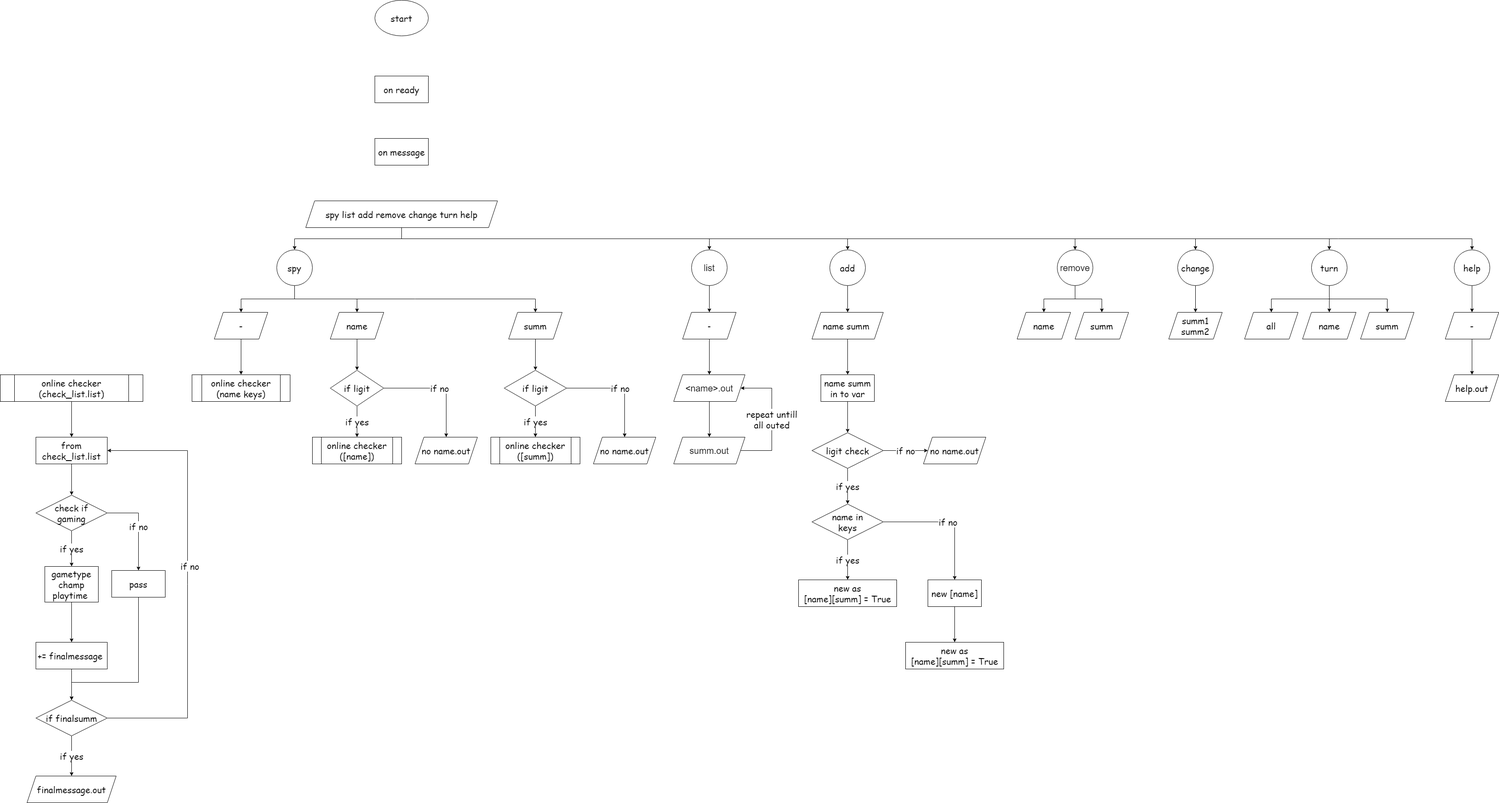
Earlier version of the draw.io export Project/Discord_Bot_LOL_online_checker/flowchart.png (KimbobHeaven/STUDY). Source tidied: cells renumbered, new cells last; positions are measured from the earlier drawing's top-left corner, leaving out a move shared by most shapes.
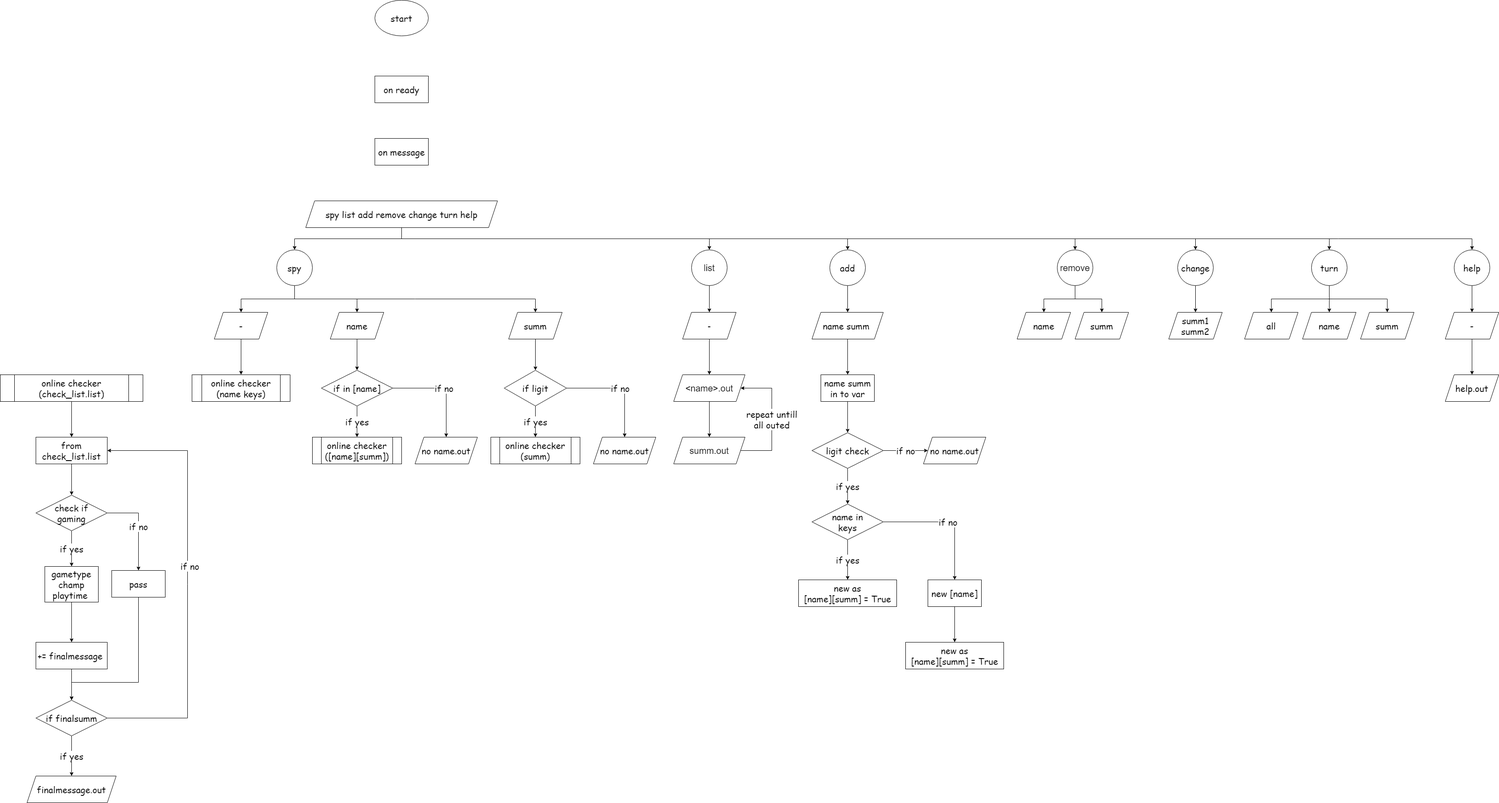
Later version of the same file.

The edit, as a diff of the source:
```diff
@@ -271,10 +271,10 @@
     <mxCell id="85" value="online checker&lt;br&gt;(name keys)" style="shape=process;whiteSpace=wrap;html=1;backgroundOutline=1;fontFamily=Comic Sans MS;fontSize=20;fontStyle=0;" parent="1" vertex="1">
       <mxGeometry x="430" y="840" width="220" height="60" as="geometry" />
     </mxCell>
-    <mxCell id="86" value="online checker&lt;br&gt;([name])" style="shape=process;whiteSpace=wrap;html=1;backgroundOutline=1;fontFamily=Comic Sans MS;fontSize=20;fontStyle=0;" parent="1" vertex="1">
+    <mxCell id="86" value="online checker&lt;br&gt;([name][summ])" style="shape=process;whiteSpace=wrap;html=1;backgroundOutline=1;fontFamily=Comic Sans MS;fontSize=20;fontStyle=0;" parent="1" vertex="1">
       <mxGeometry x="700" y="980" width="200" height="60" as="geometry" />
     </mxCell>
-    <mxCell id="87" value="online checker&lt;br&gt;([summ])" style="shape=process;whiteSpace=wrap;html=1;backgroundOutline=1;fontFamily=Comic Sans MS;fontSize=20;fontStyle=0;" parent="1" vertex="1">
+    <mxCell id="87" value="online checker&lt;br&gt;(summ)" style="shape=process;whiteSpace=wrap;html=1;backgroundOutline=1;fontFamily=Comic Sans MS;fontSize=20;fontStyle=0;" parent="1" vertex="1">
       <mxGeometry x="1100" y="980" width="200" height="60" as="geometry" />
     </mxCell>
     <mxCell id="88" value="if yes" style="edgeStyle=orthogonalEdgeStyle;rounded=0;jettySize=auto;html=1;exitX=0.5;exitY=1;exitDx=0;exitDy=0;entryX=0.5;entryY=0;entryDx=0;entryDy=0;fontFamily=Comic Sans MS;fontSize=20;" parent="1" edge="1" source="90" target="87">
@@ -295,8 +295,8 @@
     <mxCell id="93" value="if no" style="edgeStyle=orthogonalEdgeStyle;rounded=0;jettySize=auto;html=1;fontFamily=Comic Sans MS;fontSize=20;" parent="1" edge="1" source="94" target="95">
       <mxGeometry relative="1" as="geometry" />
     </mxCell>
-    <mxCell id="94" value="if ligit" style="rhombus;whiteSpace=wrap;html=1;fontFamily=Comic Sans MS;fontSize=20;fontStyle=0;" parent="1" vertex="1">
-      <mxGeometry x="740" y="830" width="120" height="80" as="geometry" />
+    <mxCell id="94" value="if in [name]" style="rhombus;whiteSpace=wrap;html=1;fontFamily=Comic Sans MS;fontSize=20;fontStyle=0;" parent="1" vertex="1">
+      <mxGeometry x="720" y="830" width="160" height="80" as="geometry" />
     </mxCell>
     <mxCell id="95" value="no name.out" style="shape=parallelogram;perimeter=parallelogramPerimeter;whiteSpace=wrap;html=1;fixedSize=1;fontFamily=Comic Sans MS;fontSize=20;fontStyle=0;" parent="1" vertex="1">
       <mxGeometry x="930" y="980" width="140" height="60" as="geometry" />
```
